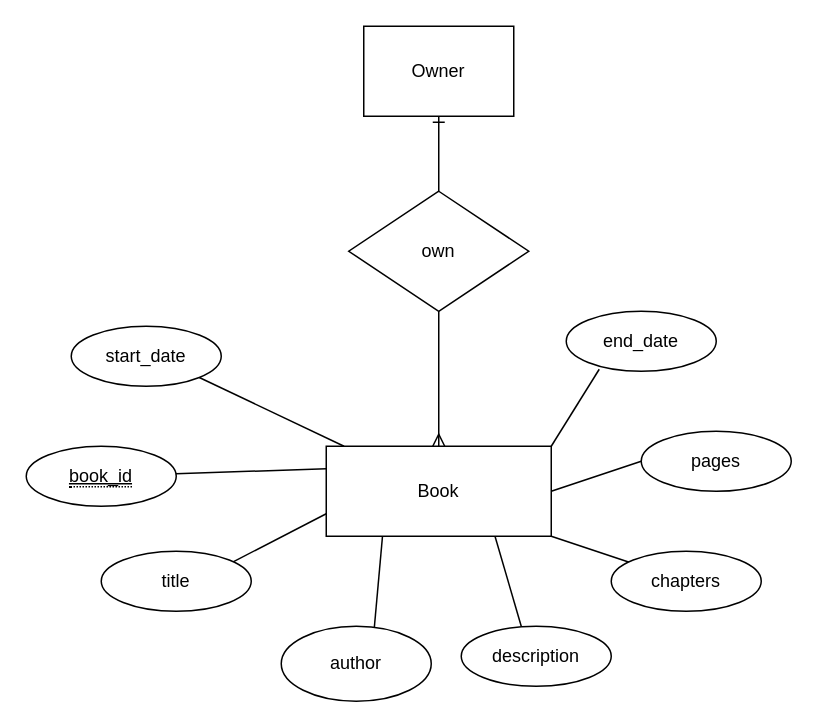
OinkoIT/BE16-DBDev-DAY1-Claus-Christoph keeps this draw.io diagram as page "ER" (2 of 3) of christoph/books.drawio. Above is the earlier version. Source tidied: cells renumbered, new cells numbered last; positions are measured from the earlier drawing's top-left corner, leaving out a move shared by most shapes. Both pictures are drawn from the tidied source at 150%, with x=0, y=0 at pixel (26, 26).
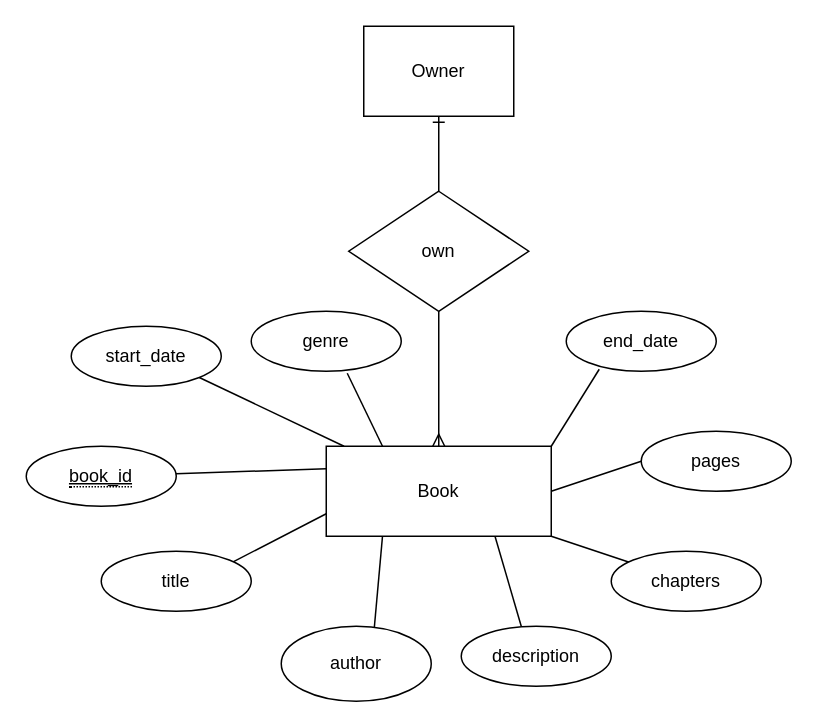
The same page after the edit.

Unchanged cells that the change refers to:
```xml
<mxCell id="10" value="Book" style="whiteSpace=wrap;html=1;align=center;" parent="1" vertex="1">
  <mxGeometry x="200" y="280" width="150" height="60" as="geometry" />
</mxCell>
```

Change to the diagram source:
```diff
@@
+    <mxCell id="23" style="edgeStyle=none;html=1;exitX=0.25;exitY=0;exitDx=0;exitDy=0;entryX=0.64;entryY=1.033;entryDx=0;entryDy=0;entryPerimeter=0;endArrow=none;endFill=0;" parent="1" edge="1" source="10" target="24">
+      <mxGeometry relative="1" as="geometry" />
+    </mxCell>
@@
+    <mxCell id="24" value="genre" style="ellipse;whiteSpace=wrap;html=1;align=center;" parent="1" vertex="1">
+      <mxGeometry x="150" y="190" width="100" height="40" as="geometry" />
+    </mxCell>
```
